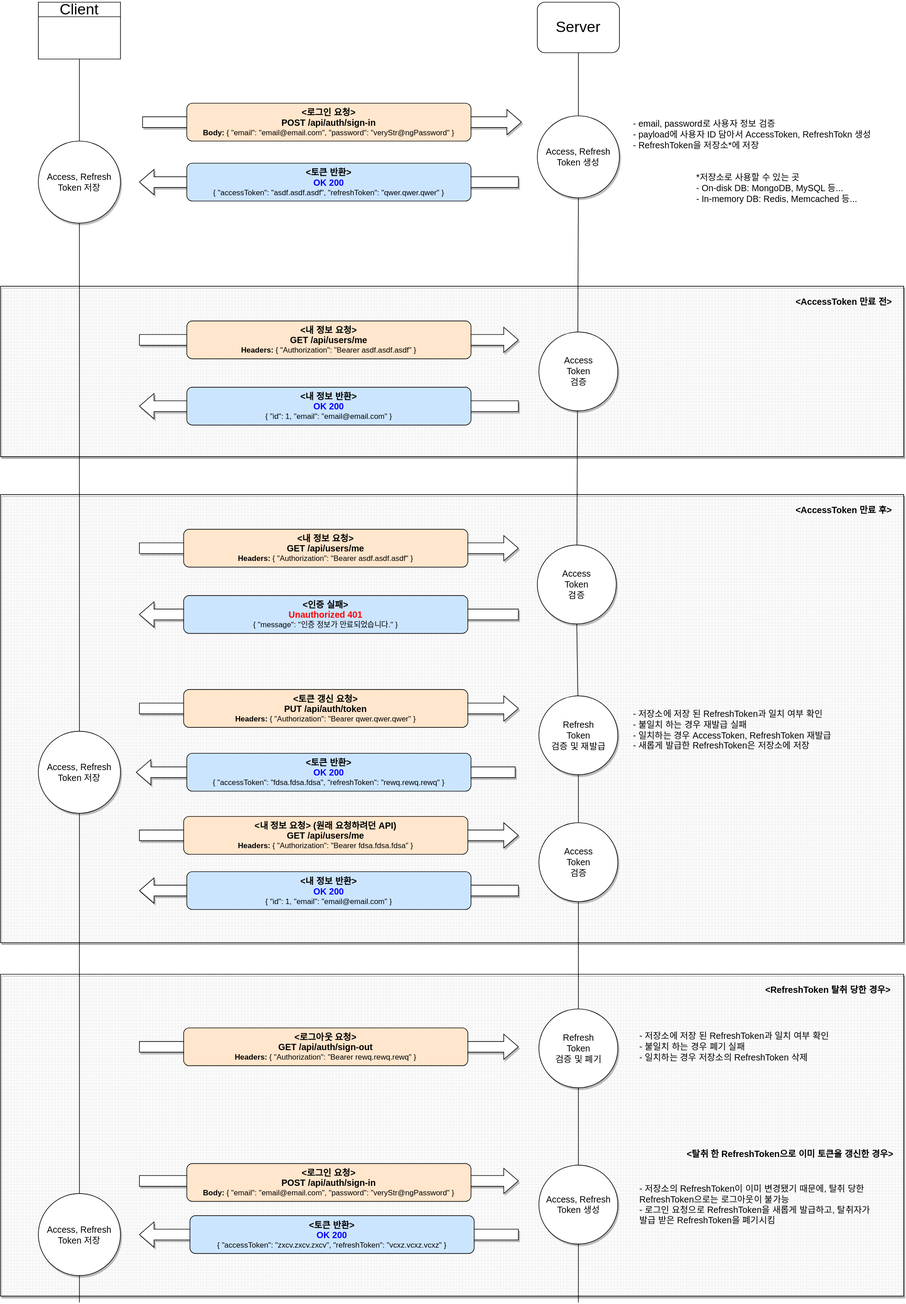
Before: docs/jwt.drawio.svg, a diagram exported from draw.io (Eomhyein/employment_Interpretation). Source tidied: cells renumbered, new cells last; positions are measured from the earlier drawing's top-left corner, leaving out a move shared by most shapes.
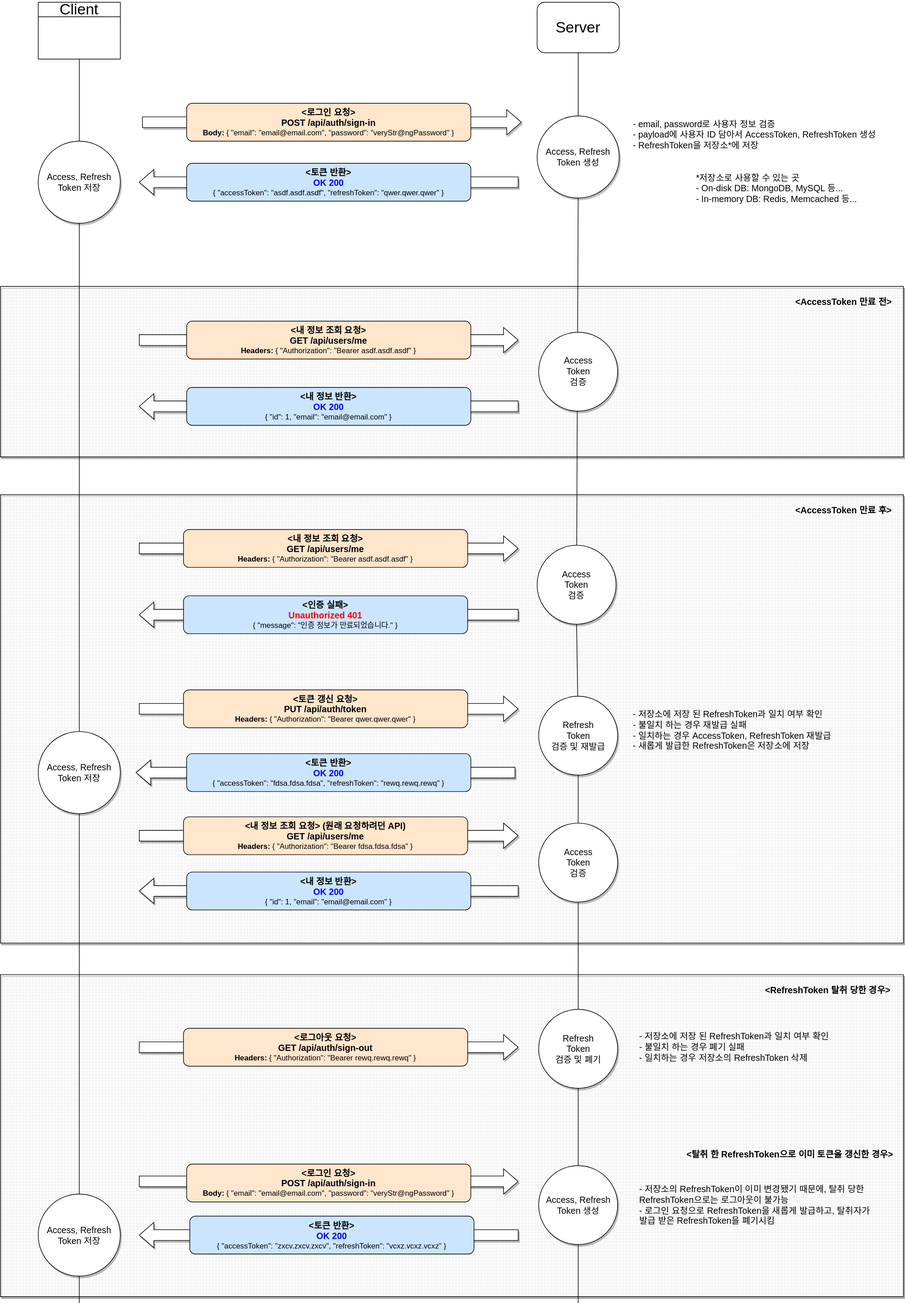
After the change.

Commit message:
feat: RefreshToken 발급 및 인증 미들웨어 구현

What changed in the source:
```diff
@@ -41,7 +41,7 @@
     <mxCell id="14" style="shape=singleArrow;whiteSpace=wrap;html=1;shadow=1;fontSize=12;fontColor=#000000;fillColor=#FFFFFF;arrowWidth=0.425;arrowSize=0.03859649122807018;" parent="1" vertex="1">
       <mxGeometry x="220" y="515" width="600" height="40" as="geometry" />
     </mxCell>
-    <mxCell id="15" value="&lt;font style=&quot;font-size: 14px;&quot;&gt;&lt;font style=&quot;&quot;&gt;&lt;b style=&quot;&quot;&gt;&amp;lt;내 정보 요청&amp;gt;&lt;br&gt;&lt;/b&gt;&lt;b&gt;GET /api/users/me&lt;/b&gt;&lt;/font&gt;&lt;br&gt;&lt;/font&gt;&lt;b&gt;Headers: &lt;/b&gt;{ &quot;Authorization&quot;: &quot;Bearer asdf.asdf.asdf&quot; }" style="rounded=1;whiteSpace=wrap;html=1;fillColor=#FFE6CC;" parent="1" vertex="1">
+    <mxCell id="15" value="&lt;font style=&quot;font-size: 14px;&quot;&gt;&lt;font style=&quot;&quot;&gt;&lt;b style=&quot;&quot;&gt;&amp;lt;내 정보 조회 요청&amp;gt;&lt;br&gt;&lt;/b&gt;&lt;b&gt;GET /api/users/me&lt;/b&gt;&lt;/font&gt;&lt;br&gt;&lt;/font&gt;&lt;b&gt;Headers: &lt;/b&gt;{ &quot;Authorization&quot;: &quot;Bearer asdf.asdf.asdf&quot; }" style="rounded=1;whiteSpace=wrap;html=1;fillColor=#FFE6CC;" parent="1" vertex="1">
       <mxGeometry x="295" y="505" width="450" height="60" as="geometry" />
     </mxCell>
     <mxCell id="16" style="shape=singleArrow;whiteSpace=wrap;html=1;shadow=1;fontSize=12;fontColor=#000000;fillColor=#FFFFFF;arrowWidth=0.425;arrowSize=0.03859649122807018;direction=west;" parent="1" vertex="1">
@@ -56,7 +56,7 @@
     <mxCell id="19" style="shape=singleArrow;whiteSpace=wrap;html=1;shadow=1;fontSize=12;fontColor=#000000;fillColor=#FFFFFF;arrowWidth=0.425;arrowSize=0.03859649122807018;" parent="1" vertex="1">
       <mxGeometry x="220" y="845" width="600" height="40" as="geometry" />
     </mxCell>
-    <mxCell id="20" value="&lt;font style=&quot;font-size: 14px;&quot;&gt;&lt;font style=&quot;&quot;&gt;&lt;b&gt;&amp;lt;내 정보 요청&amp;gt;&lt;br&gt;GET /api/users/me&lt;/b&gt;&lt;/font&gt;&lt;br&gt;&lt;/font&gt;&lt;b&gt;Headers: &lt;/b&gt;{ &quot;Authorization&quot;: &quot;Bearer asdf.asdf.asdf&quot; }" style="rounded=1;whiteSpace=wrap;html=1;fillColor=#FFE6CC;" parent="1" vertex="1">
+    <mxCell id="20" value="&lt;font style=&quot;font-size: 14px;&quot;&gt;&lt;font style=&quot;&quot;&gt;&lt;b&gt;&amp;lt;내 정보 조회 요청&amp;gt;&lt;br&gt;GET /api/users/me&lt;/b&gt;&lt;/font&gt;&lt;br&gt;&lt;/font&gt;&lt;b&gt;Headers: &lt;/b&gt;{ &quot;Authorization&quot;: &quot;Bearer asdf.asdf.asdf&quot; }" style="rounded=1;whiteSpace=wrap;html=1;fillColor=#FFE6CC;" parent="1" vertex="1">
       <mxGeometry x="290" y="835" width="450" height="60" as="geometry" />
     </mxCell>
     <mxCell id="21" style="shape=singleArrow;whiteSpace=wrap;html=1;shadow=1;fontSize=12;fontColor=#000000;fillColor=#FFFFFF;arrowWidth=0.425;arrowSize=0.03859649122807018;direction=west;" parent="1" vertex="1">
@@ -83,8 +83,8 @@
     <mxCell id="28" value="Access&lt;br&gt;Token&lt;br&gt;검증" style="ellipse;whiteSpace=wrap;html=1;shadow=1;fontSize=14;fontColor=#000000;fillColor=#FFFFFF;" parent="1" vertex="1">
       <mxGeometry x="852.5" y="522.5" width="125" height="125" as="geometry" />
     </mxCell>
-    <mxCell id="29" value="- email, password로 사용자 정보 검증&lt;br&gt;- payload에 사용자 ID 담아서 AccessToken, RefreshTokn 생성&lt;br&gt;- RefreshToken을 저장소*에 저장" style="text;html=1;align=left;verticalAlign=middle;strokeColor=none;fillColor=none;fontSize=14;fontColor=#000000;" parent="1" vertex="1">
-      <mxGeometry x="1000" y="180" width="390" height="60" as="geometry" />
+    <mxCell id="29" value="- email, password로 사용자 정보 검증&lt;br&gt;- payload에 사용자 ID 담아서 AccessToken, RefreshToken 생성&lt;br&gt;- RefreshToken을 저장소*에 저장" style="text;html=1;align=left;verticalAlign=middle;strokeColor=none;fillColor=none;fontSize=14;fontColor=#000000;" parent="1" vertex="1">
+      <mxGeometry x="1000" y="180" width="400" height="60" as="geometry" />
     </mxCell>
     <mxCell id="30" style="endArrow=none;html=1;entryX=0.5;entryY=1;entryDx=0;entryDy=0;startArrow=none;" parent="1" edge="1" source="53" target="31">
       <mxGeometry relative="1" as="geometry" />
@@ -101,7 +101,7 @@
     <mxCell id="34" style="shape=singleArrow;whiteSpace=wrap;html=1;shadow=1;fontSize=12;fontColor=#000000;fillColor=#FFFFFF;arrowWidth=0.425;arrowSize=0.03859649122807018;" parent="1" vertex="1">
       <mxGeometry x="220" y="1300" width="600" height="40" as="geometry" />
     </mxCell>
-    <mxCell id="35" value="&lt;font style=&quot;font-size: 14px;&quot;&gt;&lt;font style=&quot;&quot;&gt;&lt;b&gt;&amp;lt;내 정보 요청&amp;gt; (원래 요청하려던 API)&lt;br&gt;GET /api/users/me&lt;/b&gt;&lt;/font&gt;&lt;br&gt;&lt;/font&gt;&lt;b&gt;Headers: &lt;/b&gt;{ &quot;Authorization&quot;: &quot;Bearer fdsa.fdsa.fdsa&quot; }" style="rounded=1;whiteSpace=wrap;html=1;fillColor=#FFE6CC;" parent="1" vertex="1">
+    <mxCell id="35" value="&lt;font style=&quot;font-size: 14px;&quot;&gt;&lt;font style=&quot;&quot;&gt;&lt;b&gt;&amp;lt;내 정보 조회 요청&amp;gt; (원래 요청하려던 API)&lt;br&gt;GET /api/users/me&lt;/b&gt;&lt;/font&gt;&lt;br&gt;&lt;/font&gt;&lt;b&gt;Headers: &lt;/b&gt;{ &quot;Authorization&quot;: &quot;Bearer fdsa.fdsa.fdsa&quot; }" style="rounded=1;whiteSpace=wrap;html=1;fillColor=#FFE6CC;" parent="1" vertex="1">
       <mxGeometry x="290" y="1290" width="450" height="60" as="geometry" />
     </mxCell>
     <mxCell id="36" style="shape=singleArrow;whiteSpace=wrap;html=1;shadow=1;fontSize=12;fontColor=#000000;fillColor=#FFFFFF;arrowWidth=0.425;arrowSize=0.03859649122807018;direction=west;" parent="1" vertex="1">
```
